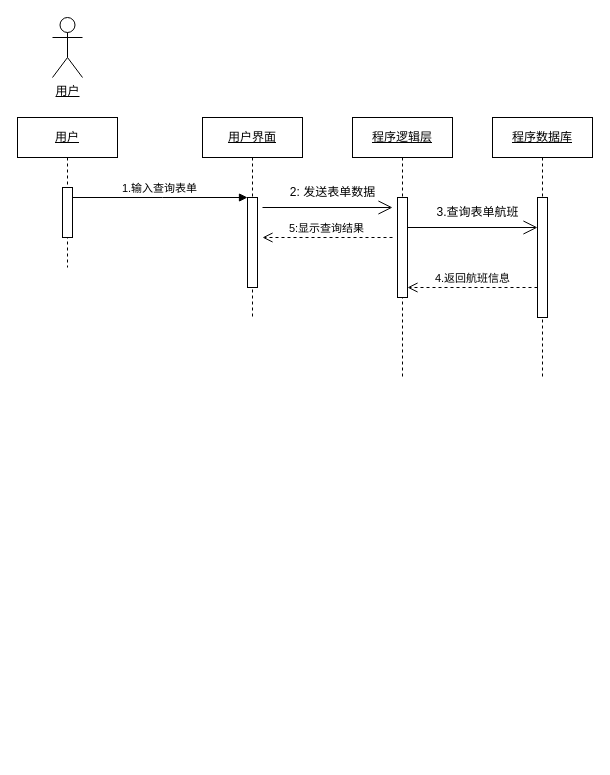
This is 序列图.drawio from liuyang0228/text, a draw.io file, before an edit. Source tidied: cells renumbered, new cells numbered last; positions are measured from the earlier drawing's top-left corner, leaving out a move shared by most shapes. Both pictures are drawn from the tidied source at 100%, with x=0, y=0 at pixel (17, 17).
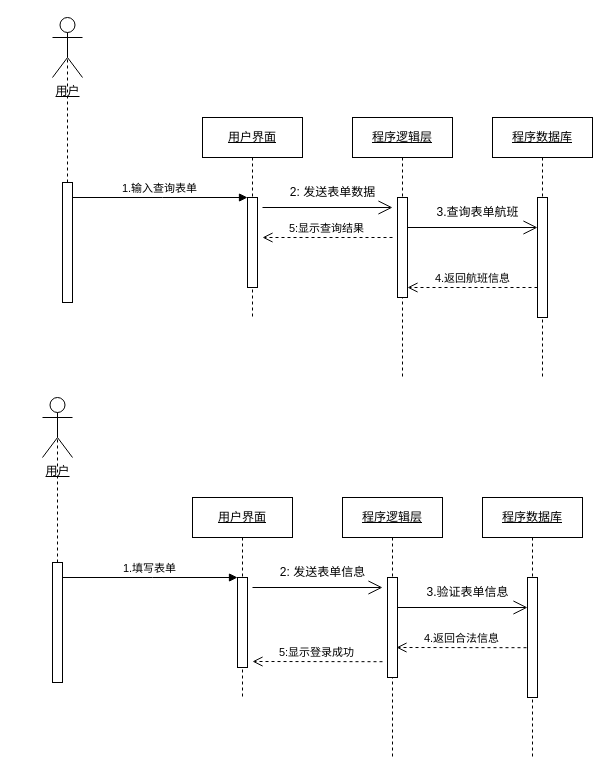
Above is the later version.

Commit message (it also covers changes not shown here):
更新序列图.drawio

Unchanged cells that the change refers to:
```xml
<mxCell id="5" style="html=1;points=[];perimeter=orthogonalPerimeter;outlineConnect=0;targetShapes=umlLifeline;portConstraint=eastwest;newEdgeStyle={&quot;edgeStyle&quot;:&quot;elbowEdgeStyle&quot;,&quot;elbow&quot;:&quot;vertical&quot;,&quot;curved&quot;:0,&quot;rounded&quot;:0};" parent="4" vertex="1">
  <mxGeometry x="45" y="80" width="10" height="90" as="geometry" />
</mxCell>
<mxCell id="14" value="&lt;u style=&quot;border-color: var(--border-color);&quot;&gt;用户&lt;/u&gt;" style="shape=umlActor;verticalLabelPosition=bottom;verticalAlign=top;html=1;outlineConnect=0;" parent="1" vertex="1">
  <mxGeometry x="35" width="30" height="60" as="geometry" />
</mxCell>
```

The edit, as a diff of the source:
```diff
@@
-    <mxCell id="2" value="&lt;u&gt;用户&lt;/u&gt;" style="shape=umlLifeline;perimeter=lifelinePerimeter;whiteSpace=wrap;html=1;outlineConnect=0;portConstraint=eastwest;newEdgeStyle={&quot;edgeStyle&quot;:&quot;elbowEdgeStyle&quot;,&quot;elbow&quot;:&quot;vertical&quot;,&quot;curved&quot;:0,&quot;rounded&quot;:0};" parent="1" vertex="1">
-      <mxGeometry y="100" width="100" height="150" as="geometry" />
-    </mxCell>
-    <mxCell id="3" style="html=1;points=[];perimeter=orthogonalPerimeter;outlineConnect=0;targetShapes=umlLifeline;portConstraint=eastwest;newEdgeStyle={&quot;edgeStyle&quot;:&quot;elbowEdgeStyle&quot;,&quot;elbow&quot;:&quot;vertical&quot;,&quot;curved&quot;:0,&quot;rounded&quot;:0};" parent="2" vertex="1">
-      <mxGeometry x="45" y="70" width="10" height="50" as="geometry" />
-    </mxCell>
@@
-    <mxCell id="6" value="1.输入查询表单" style="html=1;verticalAlign=bottom;endArrow=block;edgeStyle=elbowEdgeStyle;elbow=vertical;curved=0;rounded=0;" parent="1" edge="1" source="3" target="5">
+    <mxCell id="6" value="1.输入查询表单" style="html=1;verticalAlign=bottom;endArrow=block;edgeStyle=elbowEdgeStyle;elbow=vertical;curved=0;rounded=0;" parent="1" edge="1" source="18" target="5">
       <mxGeometry x="-0.01" relative="1" as="geometry">
         <Array as="points">
           <mxPoint x="145" y="180" />
         </Array>
       </mxGeometry>
     </mxCell>
@@
+    <mxCell id="18" style="html=1;points=[];perimeter=orthogonalPerimeter;outlineConnect=0;targetShapes=umlLifeline;portConstraint=eastwest;newEdgeStyle={&quot;edgeStyle&quot;:&quot;elbowEdgeStyle&quot;,&quot;elbow&quot;:&quot;vertical&quot;,&quot;curved&quot;:0,&quot;rounded&quot;:0};" parent="1" vertex="1">
+      <mxGeometry x="45" y="165" width="10" height="120" as="geometry" />
+    </mxCell>
+    <mxCell id="19" style="endArrow=none;dashed=1;html=1;rounded=0;entryX=0.5;entryY=0.5;entryDx=0;entryDy=0;entryPerimeter=0;" parent="1" edge="1" source="18" target="14">
+      <mxGeometry relative="1" as="geometry" />
+    </mxCell>
+    <mxCell id="20" value="&lt;u&gt;用户界面&lt;/u&gt;" style="shape=umlLifeline;perimeter=lifelinePerimeter;whiteSpace=wrap;html=1;newEdgeStyle={&quot;edgeStyle&quot;:&quot;elbowEdgeStyle&quot;,&quot;elbow&quot;:&quot;vertical&quot;,&quot;curved&quot;:0,&quot;rounded&quot;:0};" parent="1" vertex="1">
+      <mxGeometry x="175" y="480" width="100" height="200" as="geometry" />
+    </mxCell>
+    <mxCell id="21" style="html=1;points=[];perimeter=orthogonalPerimeter;outlineConnect=0;targetShapes=umlLifeline;portConstraint=eastwest;newEdgeStyle={&quot;edgeStyle&quot;:&quot;elbowEdgeStyle&quot;,&quot;elbow&quot;:&quot;vertical&quot;,&quot;curved&quot;:0,&quot;rounded&quot;:0};" parent="20" vertex="1">
+      <mxGeometry x="45" y="80" width="10" height="90" as="geometry" />
+    </mxCell>
+    <mxCell id="22" value="1.填写表单" style="html=1;verticalAlign=bottom;endArrow=block;edgeStyle=elbowEdgeStyle;elbow=vertical;curved=0;rounded=0;" parent="1" edge="1" source="33" target="21">
+      <mxGeometry x="-0.01" relative="1" as="geometry">
+        <Array as="points">
+          <mxPoint x="135" y="560" />
+        </Array>
+      </mxGeometry>
+    </mxCell>
+    <mxCell id="23" value="&lt;u&gt;程序逻辑层&lt;/u&gt;" style="shape=umlLifeline;perimeter=lifelinePerimeter;whiteSpace=wrap;html=1;newEdgeStyle={&quot;edgeStyle&quot;:&quot;elbowEdgeStyle&quot;,&quot;elbow&quot;:&quot;vertical&quot;,&quot;curved&quot;:0,&quot;rounded&quot;:0};" parent="1" vertex="1">
+      <mxGeometry x="325" y="480" width="100" height="260" as="geometry" />
+    </mxCell>
+    <mxCell id="24" style="html=1;perimeter=orthogonalPerimeter;targetShapes=umlLifeline;newEdgeStyle={&quot;edgeStyle&quot;:&quot;elbowEdgeStyle&quot;,&quot;elbow&quot;:&quot;vertical&quot;,&quot;curved&quot;:0,&quot;rounded&quot;:0};" parent="23" vertex="1">
+      <mxGeometry x="45" y="80" width="10" height="100" as="geometry" />
+    </mxCell>
+    <mxCell id="25" value="&lt;u&gt;程序数据库&lt;/u&gt;" style="shape=umlLifeline;perimeter=lifelinePerimeter;whiteSpace=wrap;html=1;newEdgeStyle={&quot;edgeStyle&quot;:&quot;elbowEdgeStyle&quot;,&quot;elbow&quot;:&quot;vertical&quot;,&quot;curved&quot;:0,&quot;rounded&quot;:0};" parent="1" vertex="1">
+      <mxGeometry x="465" y="480" width="100" height="260" as="geometry" />
+    </mxCell>
+    <mxCell id="26" style="html=1;perimeter=orthogonalPerimeter;targetShapes=umlLifeline;newEdgeStyle={&quot;edgeStyle&quot;:&quot;elbowEdgeStyle&quot;,&quot;elbow&quot;:&quot;vertical&quot;,&quot;curved&quot;:0,&quot;rounded&quot;:0};" parent="25" vertex="1">
+      <mxGeometry x="45" y="80" width="10" height="120" as="geometry" />
+    </mxCell>
+    <mxCell id="27" style="endArrow=open;endFill=1;endSize=12;html=1;rounded=0;" parent="1" edge="1">
+      <mxGeometry relative="1" as="geometry">
+        <mxPoint x="235" y="570" as="sourcePoint" />
+        <mxPoint x="365" y="570" as="targetPoint" />
+      </mxGeometry>
+    </mxCell>
+    <mxCell id="28" value="5:显示登录成功" style="html=1;verticalAlign=bottom;endArrow=open;dashed=1;endSize=8;edgeStyle=elbowEdgeStyle;elbow=vertical;curved=0;rounded=0;" parent="1" edge="1">
+      <mxGeometry x="0.01" relative="1" as="geometry">
+        <mxPoint x="365" y="644.2" as="sourcePoint" />
+        <mxPoint x="235" y="644.3" as="targetPoint" />
+      </mxGeometry>
+    </mxCell>
+    <mxCell id="29" value="4.返回合法信息" style="html=1;verticalAlign=bottom;endArrow=open;dashed=1;endSize=8;edgeStyle=elbowEdgeStyle;elbow=vertical;curved=0;rounded=0;" parent="1" edge="1">
+      <mxGeometry relative="1" as="geometry">
+        <mxPoint x="509" y="630.2" as="sourcePoint" />
+        <mxPoint x="379" y="630.2" as="targetPoint" />
+      </mxGeometry>
+    </mxCell>
+    <mxCell id="2" value="&lt;u style=&quot;border-color: var(--border-color);&quot;&gt;用户&lt;/u&gt;" style="shape=umlActor;verticalLabelPosition=bottom;verticalAlign=top;html=1;outlineConnect=0;" parent="1" vertex="1">
+      <mxGeometry x="25" y="380" width="30" height="60" as="geometry" />
+    </mxCell>
+    <mxCell id="30" value="2: 发送表单信息" style="text;html=1;align=center;verticalAlign=middle;strokeColor=none;fillColor=none;" parent="1" vertex="1">
+      <mxGeometry x="250" y="540" width="110" height="30" as="geometry" />
+    </mxCell>
+    <mxCell id="31" style="endArrow=open;endFill=1;endSize=12;html=1;rounded=0;" parent="1" edge="1">
+      <mxGeometry relative="1" as="geometry">
+        <mxPoint x="380" y="590" as="sourcePoint" />
+        <mxPoint x="510" y="590" as="targetPoint" />
+      </mxGeometry>
+    </mxCell>
+    <mxCell id="32" value="3.验证表单信息" style="text;html=1;align=center;verticalAlign=middle;strokeColor=none;fillColor=none;" parent="1" vertex="1">
+      <mxGeometry x="395" y="560" width="110" height="30" as="geometry" />
+    </mxCell>
+    <mxCell id="33" style="html=1;points=[];perimeter=orthogonalPerimeter;outlineConnect=0;targetShapes=umlLifeline;portConstraint=eastwest;newEdgeStyle={&quot;edgeStyle&quot;:&quot;elbowEdgeStyle&quot;,&quot;elbow&quot;:&quot;vertical&quot;,&quot;curved&quot;:0,&quot;rounded&quot;:0};" parent="1" vertex="1">
+      <mxGeometry x="35" y="545" width="10" height="120" as="geometry" />
+    </mxCell>
+    <mxCell id="34" style="endArrow=none;dashed=1;html=1;rounded=0;entryX=0.5;entryY=0.5;entryDx=0;entryDy=0;entryPerimeter=0;" parent="1" edge="1" source="33" target="2">
+      <mxGeometry relative="1" as="geometry" />
+    </mxCell>
```
